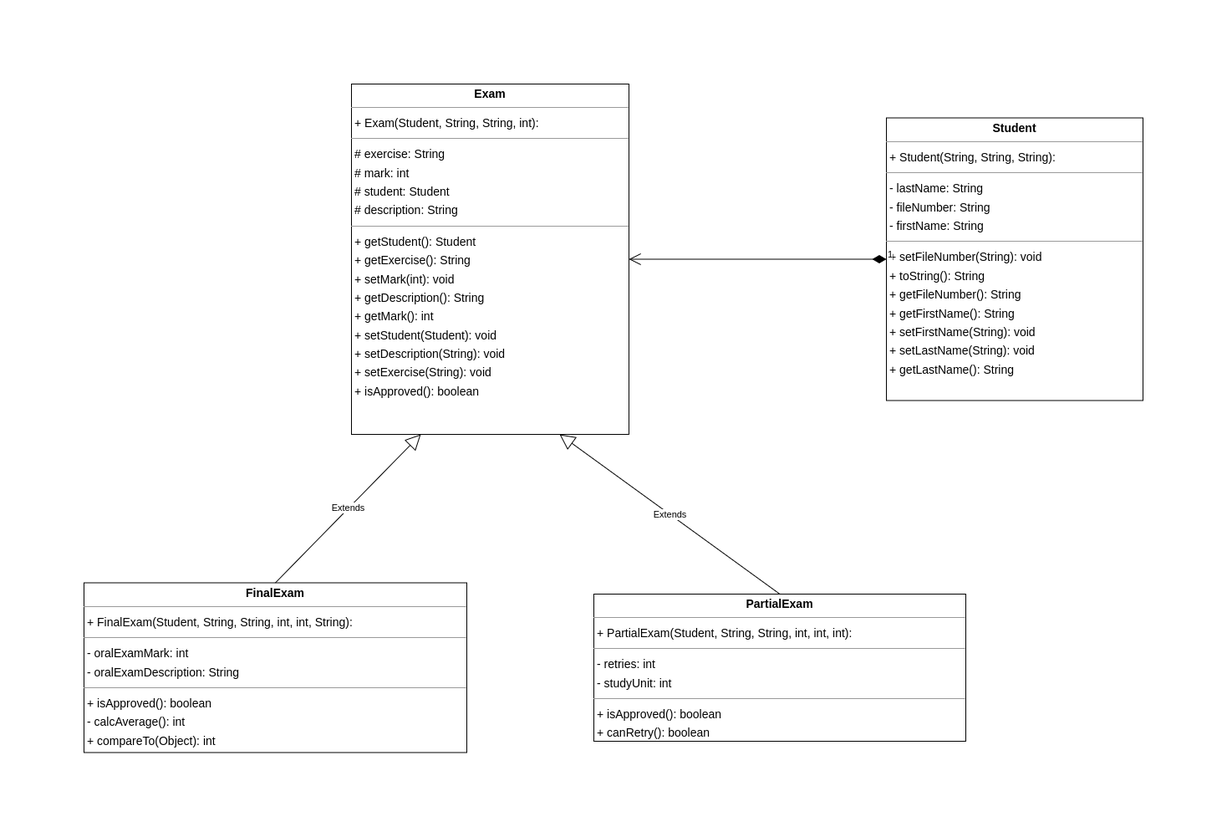
Above: src/main/resources/diagram.png in lditzel94/dh-oop-primer-examen-v2 (draw.io), before the change. Source tidied: cells renumbered, new cells last; positions are measured from the earlier drawing's top-left corner, leaving out a move shared by most shapes. The source it was exported from:
```xml
<mxGraphModel>
  <root>
    <mxCell id="0" />
    <mxCell id="1" parent="0" />
    <mxCell id="2" value="&lt;p style=&quot;margin:0px;margin-top:4px;text-align:center;&quot;&gt;&lt;b&gt;Exam&lt;/b&gt;&lt;/p&gt;&lt;hr size=&quot;1&quot;/&gt;&lt;p style=&quot;margin:0 0 0 4px;line-height:1.6;&quot;&gt;+ Exam(Student, String, String, int): &lt;/p&gt;&lt;hr size=&quot;1&quot;/&gt;&lt;p style=&quot;margin:0 0 0 4px;line-height:1.6;&quot;&gt;# exercise: String&lt;br/&gt;# mark: int&lt;br/&gt;# student: Student&lt;br/&gt;# description: String&lt;/p&gt;&lt;hr size=&quot;1&quot;/&gt;&lt;p style=&quot;margin:0 0 0 4px;line-height:1.6;&quot;&gt;+ getStudent(): Student&lt;br/&gt;+ getExercise(): String&lt;br/&gt;+ setMark(int): void&lt;br/&gt;+ getDescription(): String&lt;br/&gt;+ getMark(): int&lt;br/&gt;+ setStudent(Student): void&lt;br/&gt;+ setDescription(String): void&lt;br/&gt;+ setExercise(String): void&lt;br/&gt;+ isApproved(): boolean&lt;/p&gt;" style="verticalAlign=top;align=left;overflow=fill;fontSize=14;fontFamily=Helvetica;html=1;rounded=0;shadow=0;comic=0;labelBackgroundColor=none;strokeWidth=1;" parent="1" vertex="1">
      <mxGeometry x="320" width="332" height="419" as="geometry" />
    </mxCell>
    <mxCell id="3" value="&lt;p style=&quot;margin:0px;margin-top:4px;text-align:center;&quot;&gt;&lt;b&gt;FinalExam&lt;/b&gt;&lt;/p&gt;&lt;hr size=&quot;1&quot;/&gt;&lt;p style=&quot;margin:0 0 0 4px;line-height:1.6;&quot;&gt;+ FinalExam(Student, String, String, int, int, String): &lt;/p&gt;&lt;hr size=&quot;1&quot;/&gt;&lt;p style=&quot;margin:0 0 0 4px;line-height:1.6;&quot;&gt;- oralExamMark: int&lt;br/&gt;- oralExamDescription: String&lt;/p&gt;&lt;hr size=&quot;1&quot;/&gt;&lt;p style=&quot;margin:0 0 0 4px;line-height:1.6;&quot;&gt;+ isApproved(): boolean&lt;br/&gt;- calcAverage(): int&lt;br/&gt;+ compareTo(Object): int&lt;/p&gt;" style="verticalAlign=top;align=left;overflow=fill;fontSize=14;fontFamily=Helvetica;html=1;rounded=0;shadow=0;comic=0;labelBackgroundColor=none;strokeWidth=1;" parent="1" vertex="1">
      <mxGeometry y="596.5" width="458" height="203" as="geometry" />
    </mxCell>
    <mxCell id="4" value="&lt;p style=&quot;margin:0px;margin-top:4px;text-align:center;&quot;&gt;&lt;b&gt;PartialExam&lt;/b&gt;&lt;/p&gt;&lt;hr size=&quot;1&quot;/&gt;&lt;p style=&quot;margin:0 0 0 4px;line-height:1.6;&quot;&gt;+ PartialExam(Student, String, String, int, int, int): &lt;/p&gt;&lt;hr size=&quot;1&quot;/&gt;&lt;p style=&quot;margin:0 0 0 4px;line-height:1.6;&quot;&gt;- retries: int&lt;br/&gt;- studyUnit: int&lt;/p&gt;&lt;hr size=&quot;1&quot;/&gt;&lt;p style=&quot;margin:0 0 0 4px;line-height:1.6;&quot;&gt;+ isApproved(): boolean&lt;br/&gt;+ canRetry(): boolean&lt;/p&gt;" style="verticalAlign=top;align=left;overflow=fill;fontSize=14;fontFamily=Helvetica;html=1;rounded=0;shadow=0;comic=0;labelBackgroundColor=none;strokeWidth=1;" parent="1" vertex="1">
      <mxGeometry x="610" y="610" width="445" height="176" as="geometry" />
    </mxCell>
    <mxCell id="5" value="&lt;p style=&quot;margin:0px;margin-top:4px;text-align:center;&quot;&gt;&lt;b&gt;Student&lt;/b&gt;&lt;/p&gt;&lt;hr size=&quot;1&quot;/&gt;&lt;p style=&quot;margin:0 0 0 4px;line-height:1.6;&quot;&gt;+ Student(String, String, String): &lt;/p&gt;&lt;hr size=&quot;1&quot;/&gt;&lt;p style=&quot;margin:0 0 0 4px;line-height:1.6;&quot;&gt;- lastName: String&lt;br/&gt;- fileNumber: String&lt;br/&gt;- firstName: String&lt;/p&gt;&lt;hr size=&quot;1&quot;/&gt;&lt;p style=&quot;margin:0 0 0 4px;line-height:1.6;&quot;&gt;+ setFileNumber(String): void&lt;br/&gt;+ toString(): String&lt;br/&gt;+ getFileNumber(): String&lt;br/&gt;+ getFirstName(): String&lt;br/&gt;+ setFirstName(String): void&lt;br/&gt;+ setLastName(String): void&lt;br/&gt;+ getLastName(): String&lt;/p&gt;" style="verticalAlign=top;align=left;overflow=fill;fontSize=14;fontFamily=Helvetica;html=1;rounded=0;shadow=0;comic=0;labelBackgroundColor=none;strokeWidth=1;" parent="1" vertex="1">
      <mxGeometry x="960" y="40.5" width="307" height="338" as="geometry" />
    </mxCell>
    <mxCell id="6" value="Extends" style="endArrow=block;endSize=16;endFill=0;html=1;rounded=0;exitX=0.5;exitY=0;exitDx=0;exitDy=0;entryX=0.25;entryY=1;entryDx=0;entryDy=0;" parent="1" edge="1" source="3" target="2">
      <mxGeometry relative="1" as="geometry" />
    </mxCell>
    <mxCell id="7" value="Extends" style="endArrow=block;endSize=16;endFill=0;html=1;rounded=0;exitX=0.5;exitY=0;exitDx=0;exitDy=0;entryX=0.75;entryY=1;entryDx=0;entryDy=0;" parent="1" edge="1" source="4" target="2">
      <mxGeometry relative="1" as="geometry" />
    </mxCell>
    <mxCell id="8" value="1" style="endArrow=open;html=1;endSize=12;startArrow=diamondThin;startSize=14;startFill=1;edgeStyle=orthogonalEdgeStyle;align=left;verticalAlign=bottom;rounded=0;exitX=0;exitY=0.5;exitDx=0;exitDy=0;entryX=1;entryY=0.5;entryDx=0;entryDy=0;" parent="1" edge="1" source="5" target="2">
      <mxGeometry x="-1" y="3" relative="1" as="geometry" />
    </mxCell>
  </root>
</mxGraphModel>
```
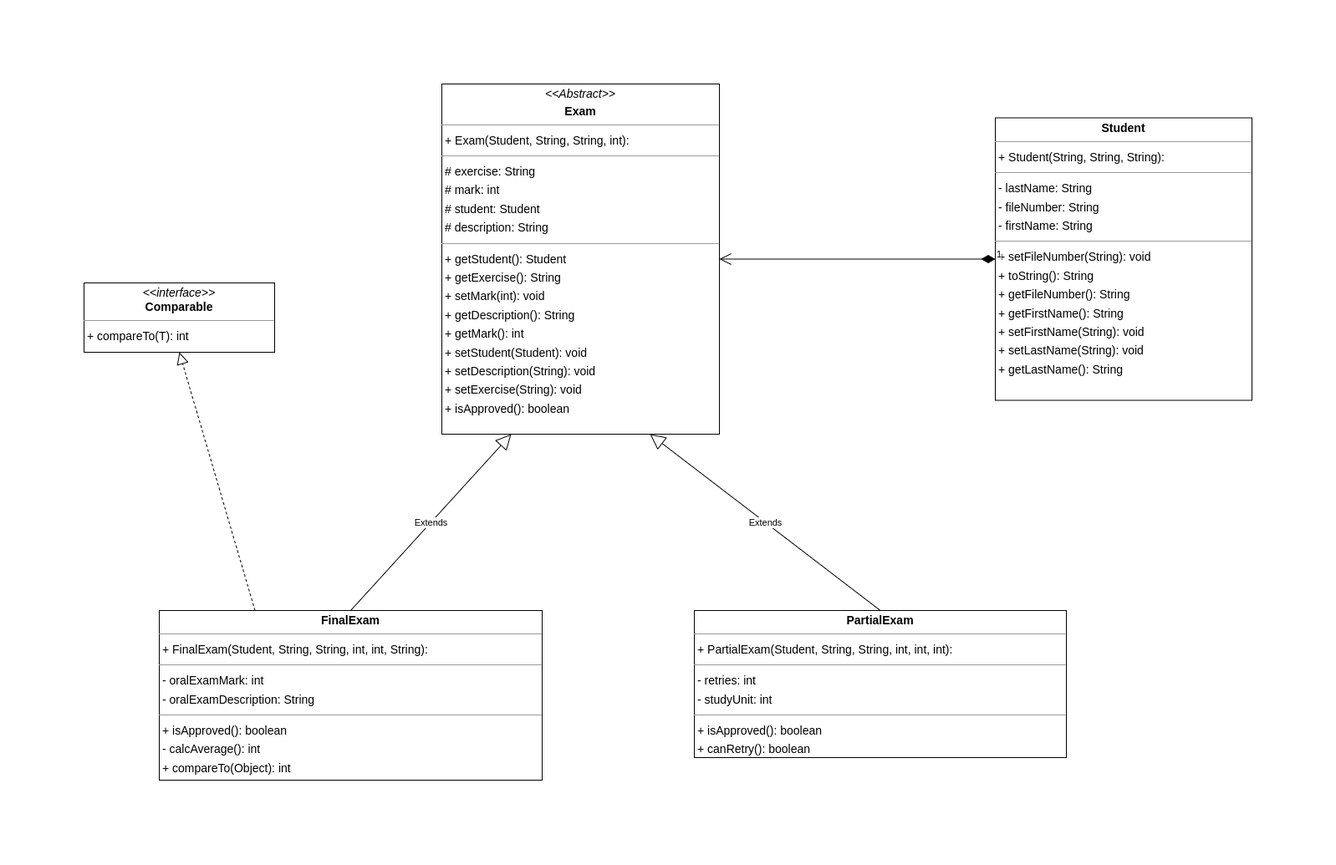
The same diagram one commit later.

Change to the diagram source:
```diff
@@ -2,26 +2,32 @@
   <root>
     <mxCell id="0" />
     <mxCell id="1" parent="0" />
-    <mxCell id="2" value="&lt;p style=&quot;margin:0px;margin-top:4px;text-align:center;&quot;&gt;&lt;b&gt;Exam&lt;/b&gt;&lt;/p&gt;&lt;hr size=&quot;1&quot;/&gt;&lt;p style=&quot;margin:0 0 0 4px;line-height:1.6;&quot;&gt;+ Exam(Student, String, String, int): &lt;/p&gt;&lt;hr size=&quot;1&quot;/&gt;&lt;p style=&quot;margin:0 0 0 4px;line-height:1.6;&quot;&gt;# exercise: String&lt;br/&gt;# mark: int&lt;br/&gt;# student: Student&lt;br/&gt;# description: String&lt;/p&gt;&lt;hr size=&quot;1&quot;/&gt;&lt;p style=&quot;margin:0 0 0 4px;line-height:1.6;&quot;&gt;+ getStudent(): Student&lt;br/&gt;+ getExercise(): String&lt;br/&gt;+ setMark(int): void&lt;br/&gt;+ getDescription(): String&lt;br/&gt;+ getMark(): int&lt;br/&gt;+ setStudent(Student): void&lt;br/&gt;+ setDescription(String): void&lt;br/&gt;+ setExercise(String): void&lt;br/&gt;+ isApproved(): boolean&lt;/p&gt;" style="verticalAlign=top;align=left;overflow=fill;fontSize=14;fontFamily=Helvetica;html=1;rounded=0;shadow=0;comic=0;labelBackgroundColor=none;strokeWidth=1;" parent="1" vertex="1">
-      <mxGeometry x="320" width="332" height="419" as="geometry" />
-    </mxCell>
+    <mxCell id="9" value="&lt;p style=&quot;margin:0px;margin-top:4px;text-align:center;&quot;&gt;&lt;i&gt;&amp;lt;&amp;lt;interface&amp;gt;&amp;gt;&lt;/i&gt;&lt;br/&gt;&lt;b&gt;Comparable&lt;T&gt;&lt;/b&gt;&lt;/p&gt;&lt;hr size=&quot;1&quot;/&gt;&lt;p style=&quot;margin:0 0 0 4px;line-height:1.6;&quot;&gt;+ compareTo(T): int&lt;/p&gt;" style="verticalAlign=top;align=left;overflow=fill;fontSize=14;fontFamily=Helvetica;html=1;rounded=0;shadow=0;comic=0;labelBackgroundColor=none;strokeWidth=1;" parent="1" vertex="1">
+      <mxGeometry x="200" y="28" width="228" height="83" as="geometry" />
+    </mxCell>
-    <mxCell id="3" value="&lt;p style=&quot;margin:0px;margin-top:4px;text-align:center;&quot;&gt;&lt;b&gt;FinalExam&lt;/b&gt;&lt;/p&gt;&lt;hr size=&quot;1&quot;/&gt;&lt;p style=&quot;margin:0 0 0 4px;line-height:1.6;&quot;&gt;+ FinalExam(Student, String, String, int, int, String): &lt;/p&gt;&lt;hr size=&quot;1&quot;/&gt;&lt;p style=&quot;margin:0 0 0 4px;line-height:1.6;&quot;&gt;- oralExamMark: int&lt;br/&gt;- oralExamDescription: String&lt;/p&gt;&lt;hr size=&quot;1&quot;/&gt;&lt;p style=&quot;margin:0 0 0 4px;line-height:1.6;&quot;&gt;+ isApproved(): boolean&lt;br/&gt;- calcAverage(): int&lt;br/&gt;+ compareTo(Object): int&lt;/p&gt;" style="verticalAlign=top;align=left;overflow=fill;fontSize=14;fontFamily=Helvetica;html=1;rounded=0;shadow=0;comic=0;labelBackgroundColor=none;strokeWidth=1;" parent="1" vertex="1">
-      <mxGeometry y="596.5" width="458" height="203" as="geometry" />
+    <mxCell id="3" value="&lt;p style=&quot;margin: 0px ; margin-top: 4px ; text-align: center&quot;&gt;&lt;i&gt;&amp;lt;&amp;lt;Abstract&amp;gt;&amp;gt;&lt;/i&gt;&lt;br&gt;&lt;/p&gt;&lt;p style=&quot;margin: 0px ; margin-top: 4px ; text-align: center&quot;&gt;&lt;b&gt;Exam&lt;/b&gt;&lt;/p&gt;&lt;hr size=&quot;1&quot;&gt;&lt;p style=&quot;margin: 0 0 0 4px ; line-height: 1.6&quot;&gt;+ Exam(Student, String, String, int): &lt;/p&gt;&lt;hr size=&quot;1&quot;&gt;&lt;p style=&quot;margin: 0 0 0 4px ; line-height: 1.6&quot;&gt;# exercise: String&lt;br&gt;# mark: int&lt;br&gt;# student: Student&lt;br&gt;# description: String&lt;/p&gt;&lt;hr size=&quot;1&quot;&gt;&lt;p style=&quot;margin: 0 0 0 4px ; line-height: 1.6&quot;&gt;+ getStudent(): Student&lt;br&gt;+ getExercise(): String&lt;br&gt;+ setMark(int): void&lt;br&gt;+ getDescription(): String&lt;br&gt;+ getMark(): int&lt;br&gt;+ setStudent(Student): void&lt;br&gt;+ setDescription(String): void&lt;br&gt;+ setExercise(String): void&lt;br&gt;+ isApproved(): boolean&lt;/p&gt;" style="verticalAlign=top;align=left;overflow=fill;fontSize=14;fontFamily=Helvetica;html=1;rounded=0;shadow=0;comic=0;labelBackgroundColor=none;strokeWidth=1;" parent="1" vertex="1">
+      <mxGeometry x="628" y="-210" width="332" height="419" as="geometry" />
     </mxCell>
-    <mxCell id="4" value="&lt;p style=&quot;margin:0px;margin-top:4px;text-align:center;&quot;&gt;&lt;b&gt;PartialExam&lt;/b&gt;&lt;/p&gt;&lt;hr size=&quot;1&quot;/&gt;&lt;p style=&quot;margin:0 0 0 4px;line-height:1.6;&quot;&gt;+ PartialExam(Student, String, String, int, int, int): &lt;/p&gt;&lt;hr size=&quot;1&quot;/&gt;&lt;p style=&quot;margin:0 0 0 4px;line-height:1.6;&quot;&gt;- retries: int&lt;br/&gt;- studyUnit: int&lt;/p&gt;&lt;hr size=&quot;1&quot;/&gt;&lt;p style=&quot;margin:0 0 0 4px;line-height:1.6;&quot;&gt;+ isApproved(): boolean&lt;br/&gt;+ canRetry(): boolean&lt;/p&gt;" style="verticalAlign=top;align=left;overflow=fill;fontSize=14;fontFamily=Helvetica;html=1;rounded=0;shadow=0;comic=0;labelBackgroundColor=none;strokeWidth=1;" parent="1" vertex="1">
-      <mxGeometry x="610" y="610" width="445" height="176" as="geometry" />
+    <mxCell id="4" value="&lt;p style=&quot;margin:0px;margin-top:4px;text-align:center;&quot;&gt;&lt;b&gt;FinalExam&lt;/b&gt;&lt;/p&gt;&lt;hr size=&quot;1&quot;/&gt;&lt;p style=&quot;margin:0 0 0 4px;line-height:1.6;&quot;&gt;+ FinalExam(Student, String, String, int, int, String): &lt;/p&gt;&lt;hr size=&quot;1&quot;/&gt;&lt;p style=&quot;margin:0 0 0 4px;line-height:1.6;&quot;&gt;- oralExamMark: int&lt;br/&gt;- oralExamDescription: String&lt;/p&gt;&lt;hr size=&quot;1&quot;/&gt;&lt;p style=&quot;margin:0 0 0 4px;line-height:1.6;&quot;&gt;+ isApproved(): boolean&lt;br/&gt;- calcAverage(): int&lt;br/&gt;+ compareTo(Object): int&lt;/p&gt;" style="verticalAlign=top;align=left;overflow=fill;fontSize=14;fontFamily=Helvetica;html=1;rounded=0;shadow=0;comic=0;labelBackgroundColor=none;strokeWidth=1;" parent="1" vertex="1">
+      <mxGeometry x="290" y="420" width="458" height="203" as="geometry" />
     </mxCell>
+    <mxCell id="2" value="&lt;p style=&quot;margin:0px;margin-top:4px;text-align:center;&quot;&gt;&lt;b&gt;PartialExam&lt;/b&gt;&lt;/p&gt;&lt;hr size=&quot;1&quot;/&gt;&lt;p style=&quot;margin:0 0 0 4px;line-height:1.6;&quot;&gt;+ PartialExam(Student, String, String, int, int, int): &lt;/p&gt;&lt;hr size=&quot;1&quot;/&gt;&lt;p style=&quot;margin:0 0 0 4px;line-height:1.6;&quot;&gt;- retries: int&lt;br/&gt;- studyUnit: int&lt;/p&gt;&lt;hr size=&quot;1&quot;/&gt;&lt;p style=&quot;margin:0 0 0 4px;line-height:1.6;&quot;&gt;+ isApproved(): boolean&lt;br/&gt;+ canRetry(): boolean&lt;/p&gt;" style="verticalAlign=top;align=left;overflow=fill;fontSize=14;fontFamily=Helvetica;html=1;rounded=0;shadow=0;comic=0;labelBackgroundColor=none;strokeWidth=1;" parent="1" vertex="1">
+      <mxGeometry x="930" y="420" width="445" height="176" as="geometry" />
+    </mxCell>
     <mxCell id="5" value="&lt;p style=&quot;margin:0px;margin-top:4px;text-align:center;&quot;&gt;&lt;b&gt;Student&lt;/b&gt;&lt;/p&gt;&lt;hr size=&quot;1&quot;/&gt;&lt;p style=&quot;margin:0 0 0 4px;line-height:1.6;&quot;&gt;+ Student(String, String, String): &lt;/p&gt;&lt;hr size=&quot;1&quot;/&gt;&lt;p style=&quot;margin:0 0 0 4px;line-height:1.6;&quot;&gt;- lastName: String&lt;br/&gt;- fileNumber: String&lt;br/&gt;- firstName: String&lt;/p&gt;&lt;hr size=&quot;1&quot;/&gt;&lt;p style=&quot;margin:0 0 0 4px;line-height:1.6;&quot;&gt;+ setFileNumber(String): void&lt;br/&gt;+ toString(): String&lt;br/&gt;+ getFileNumber(): String&lt;br/&gt;+ getFirstName(): String&lt;br/&gt;+ setFirstName(String): void&lt;br/&gt;+ setLastName(String): void&lt;br/&gt;+ getLastName(): String&lt;/p&gt;" style="verticalAlign=top;align=left;overflow=fill;fontSize=14;fontFamily=Helvetica;html=1;rounded=0;shadow=0;comic=0;labelBackgroundColor=none;strokeWidth=1;" parent="1" vertex="1">
-      <mxGeometry x="960" y="40.5" width="307" height="338" as="geometry" />
+      <mxGeometry x="1290" y="-169.5" width="307" height="338" as="geometry" />
     </mxCell>
-    <mxCell id="6" value="Extends" style="endArrow=block;endSize=16;endFill=0;html=1;rounded=0;exitX=0.5;exitY=0;exitDx=0;exitDy=0;entryX=0.25;entryY=1;entryDx=0;entryDy=0;" parent="1" edge="1" source="3" target="2">
+    <mxCell id="6" value="Extends" style="endArrow=block;endSize=16;endFill=0;html=1;rounded=0;exitX=0.5;exitY=0;exitDx=0;exitDy=0;entryX=0.25;entryY=1;entryDx=0;entryDy=0;" parent="1" edge="1" source="4" target="3">
       <mxGeometry relative="1" as="geometry" />
     </mxCell>
-    <mxCell id="7" value="Extends" style="endArrow=block;endSize=16;endFill=0;html=1;rounded=0;exitX=0.5;exitY=0;exitDx=0;exitDy=0;entryX=0.75;entryY=1;entryDx=0;entryDy=0;" parent="1" edge="1" source="4" target="2">
+    <mxCell id="7" value="Extends" style="endArrow=block;endSize=16;endFill=0;html=1;rounded=0;exitX=0.5;exitY=0;exitDx=0;exitDy=0;entryX=0.75;entryY=1;entryDx=0;entryDy=0;" parent="1" edge="1" source="2" target="3">
       <mxGeometry relative="1" as="geometry" />
     </mxCell>
-    <mxCell id="8" value="1" style="endArrow=open;html=1;endSize=12;startArrow=diamondThin;startSize=14;startFill=1;edgeStyle=orthogonalEdgeStyle;align=left;verticalAlign=bottom;rounded=0;exitX=0;exitY=0.5;exitDx=0;exitDy=0;entryX=1;entryY=0.5;entryDx=0;entryDy=0;" parent="1" edge="1" source="5" target="2">
+    <mxCell id="8" value="1" style="endArrow=open;html=1;endSize=12;startArrow=diamondThin;startSize=14;startFill=1;edgeStyle=orthogonalEdgeStyle;align=left;verticalAlign=bottom;rounded=0;exitX=0;exitY=0.5;exitDx=0;exitDy=0;entryX=1;entryY=0.5;entryDx=0;entryDy=0;" parent="1" edge="1" source="5" target="3">
       <mxGeometry x="-1" y="3" relative="1" as="geometry" />
     </mxCell>
+    <mxCell id="10" style="endArrow=block;dashed=1;endFill=0;endSize=12;html=1;rounded=0;exitX=0.25;exitY=0;exitDx=0;exitDy=0;entryX=0.5;entryY=1;entryDx=0;entryDy=0;" parent="1" edge="1" source="4" target="9">
+      <mxGeometry relative="1" as="geometry" />
+    </mxCell>
   </root>
 </mxGraphModel>
```
